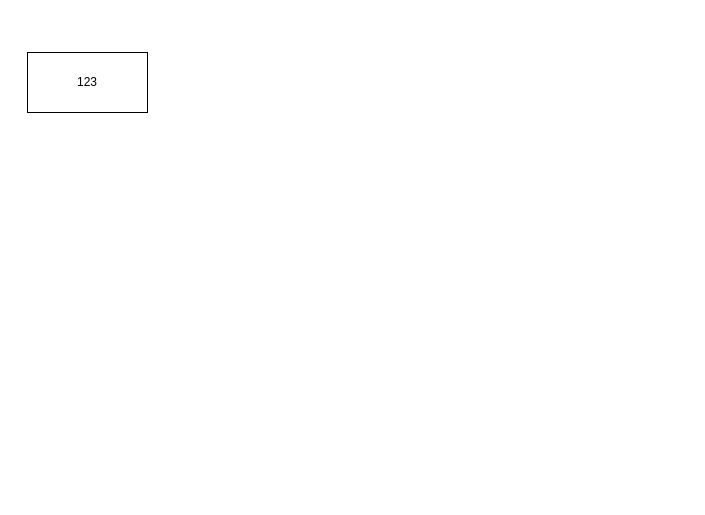
The draw.io diagram 未命名绘图.drawio in f5l5y5/drawDiagrams, before the edit. Source tidied: cells renumbered, new cells numbered last; positions are measured from the earlier drawing's top-left corner, leaving out a move shared by most shapes. Both pictures are drawn from the tidied source at 100%, with x=0, y=0 at pixel (27, 52).
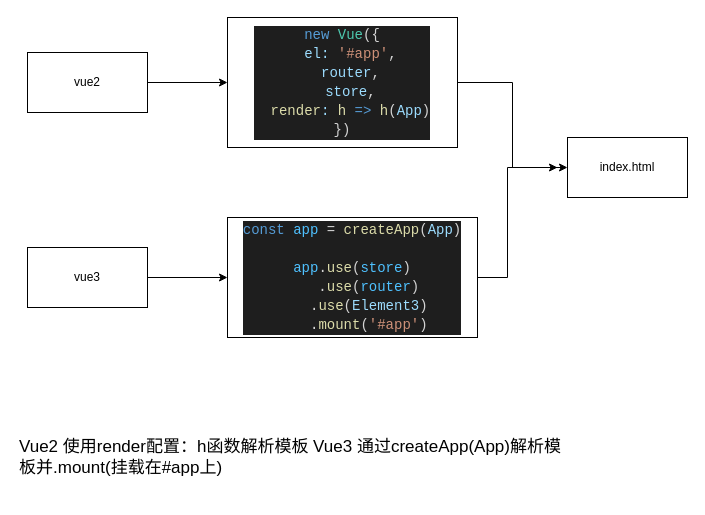
After the change.

Commit message:
更新未命名绘图.drawio

Diff of the diagram source:
```diff
@@
 <mxGraphModel>
   <root>
     <mxCell id="0" />
     <mxCell id="1" parent="0" />
+    <mxCell id="3" style="edgeStyle=orthogonalEdgeStyle;rounded=0;jettySize=auto;html=1;" parent="1" edge="1" source="2" target="8">
+      <mxGeometry relative="1" as="geometry" />
+    </mxCell>
-    <mxCell id="2" value="123" style="rounded=0;whiteSpace=wrap;html=1;" parent="1" vertex="1">
+    <mxCell id="2" value="vue2" style="rounded=0;whiteSpace=wrap;html=1;" parent="1" vertex="1">
       <mxGeometry width="120" height="60" as="geometry" />
     </mxCell>
+    <mxCell id="4" style="edgeStyle=orthogonalEdgeStyle;rounded=0;jettySize=auto;html=1;" parent="1" edge="1" source="5" target="10">
+      <mxGeometry relative="1" as="geometry" />
+    </mxCell>
+    <mxCell id="5" value="vue3" style="rounded=0;whiteSpace=wrap;html=1;" parent="1" vertex="1">
+      <mxGeometry y="195" width="120" height="60" as="geometry" />
+    </mxCell>
+    <mxCell id="6" value="index.html" style="whiteSpace=wrap;html=1;rounded=0;" parent="1" vertex="1">
+      <mxGeometry x="540" y="85" width="120" height="60" as="geometry" />
+    </mxCell>
+    <mxCell id="7" style="edgeStyle=orthogonalEdgeStyle;rounded=0;jettySize=auto;html=1;entryX=0;entryY=0.5;entryDx=0;entryDy=0;" parent="1" edge="1" source="8" target="6">
+      <mxGeometry relative="1" as="geometry" />
+    </mxCell>
+    <mxCell id="8" value="&lt;div style=&quot;color: rgb(212, 212, 212); background-color: rgb(30, 30, 30); font-family: &amp;quot;Fira Code&amp;quot;, Consolas, &amp;quot;Courier New&amp;quot;, monospace; font-size: 14px; line-height: 19px;&quot;&gt;&lt;div&gt;&lt;span style=&quot;color: #569cd6;&quot;&gt;new&lt;/span&gt; &lt;span style=&quot;color: #4ec9b0;&quot;&gt;Vue&lt;/span&gt;({&lt;/div&gt;&lt;div&gt;&amp;nbsp; &lt;span style=&quot;color: #9cdcfe;&quot;&gt;el&lt;/span&gt;&lt;span style=&quot;color: #9cdcfe;&quot;&gt;:&lt;/span&gt; &lt;span style=&quot;color: #ce9178;&quot;&gt;'#app'&lt;/span&gt;,&lt;/div&gt;&lt;div&gt;&amp;nbsp; &lt;span style=&quot;color: #9cdcfe;&quot;&gt;router&lt;/span&gt;,&lt;/div&gt;&lt;div&gt;&amp;nbsp; &lt;span style=&quot;color: #9cdcfe;&quot;&gt;store&lt;/span&gt;,&lt;/div&gt;&lt;div&gt;&amp;nbsp; &lt;span style=&quot;color: #dcdcaa;&quot;&gt;render&lt;/span&gt;&lt;span style=&quot;color: #9cdcfe;&quot;&gt;:&lt;/span&gt; &lt;span style=&quot;color: #dcdcaa;&quot;&gt;h&lt;/span&gt; &lt;span style=&quot;color: #569cd6;&quot;&gt;=&amp;gt;&lt;/span&gt; &lt;span style=&quot;color: #dcdcaa;&quot;&gt;h&lt;/span&gt;(&lt;span style=&quot;color: #9cdcfe;&quot;&gt;App&lt;/span&gt;)&lt;/div&gt;&lt;div&gt;})&lt;/div&gt;&lt;/div&gt;" style="whiteSpace=wrap;html=1;rounded=0;" parent="1" vertex="1">
+      <mxGeometry x="200" y="-35" width="230" height="130" as="geometry" />
+    </mxCell>
+    <mxCell id="9" style="edgeStyle=orthogonalEdgeStyle;rounded=0;jettySize=auto;html=1;exitX=1;exitY=0.5;exitDx=0;exitDy=0;" parent="1" edge="1" source="10">
+      <mxGeometry relative="1" as="geometry">
+        <mxPoint x="530" y="115" as="targetPoint" />
+        <Array as="points">
+          <mxPoint x="480" y="225" />
+          <mxPoint x="480" y="115" />
+        </Array>
+      </mxGeometry>
+    </mxCell>
+    <mxCell id="10" value="&lt;div style=&quot;color: rgb(212, 212, 212); background-color: rgb(30, 30, 30); font-family: &amp;quot;Fira Code&amp;quot;, Consolas, &amp;quot;Courier New&amp;quot;, monospace; font-size: 14px; line-height: 19px;&quot;&gt;&lt;div&gt;&lt;span style=&quot;color: #569cd6;&quot;&gt;const&lt;/span&gt; &lt;span style=&quot;color: #4fc1ff;&quot;&gt;app&lt;/span&gt; = &lt;span style=&quot;color: #dcdcaa;&quot;&gt;createApp&lt;/span&gt;(&lt;span style=&quot;color: #9cdcfe;&quot;&gt;App&lt;/span&gt;)&lt;/div&gt;&lt;br&gt;&lt;div&gt;&lt;span style=&quot;color: #4fc1ff;&quot;&gt;app&lt;/span&gt;.&lt;span style=&quot;color: #dcdcaa;&quot;&gt;use&lt;/span&gt;(&lt;span style=&quot;color: #4fc1ff;&quot;&gt;store&lt;/span&gt;)&lt;/div&gt;&lt;div&gt;&amp;nbsp; &amp;nbsp; .&lt;span style=&quot;color: #dcdcaa;&quot;&gt;use&lt;/span&gt;(&lt;span style=&quot;color: #4fc1ff;&quot;&gt;router&lt;/span&gt;)&lt;/div&gt;&lt;div&gt;&amp;nbsp; &amp;nbsp; .&lt;span style=&quot;color: #dcdcaa;&quot;&gt;use&lt;/span&gt;(&lt;span style=&quot;color: #9cdcfe;&quot;&gt;Element3&lt;/span&gt;)&lt;/div&gt;&lt;div&gt;&amp;nbsp; &amp;nbsp; .&lt;span style=&quot;color: #dcdcaa;&quot;&gt;mount&lt;/span&gt;(&lt;span style=&quot;color: #ce9178;&quot;&gt;'#app'&lt;/span&gt;)&lt;/div&gt;&lt;/div&gt;" style="whiteSpace=wrap;html=1;rounded=0;" parent="1" vertex="1">
+      <mxGeometry x="200" y="165" width="250" height="120" as="geometry" />
+    </mxCell>
+    <mxCell id="11" value="&lt;font style=&quot;font-size: 17px;&quot;&gt;Vue2 使用render配置：h函数解析模板 Vue3 通过createApp(App)解析模板并.mount(挂载在#app上)&lt;/font&gt;" style="text;html=1;strokeColor=none;fillColor=none;align=left;verticalAlign=middle;whiteSpace=wrap;rounded=0;" parent="1" vertex="1">
+      <mxGeometry x="-10" y="365" width="550" height="80" as="geometry" />
+    </mxCell>
   </root>
 </mxGraphModel>
```
